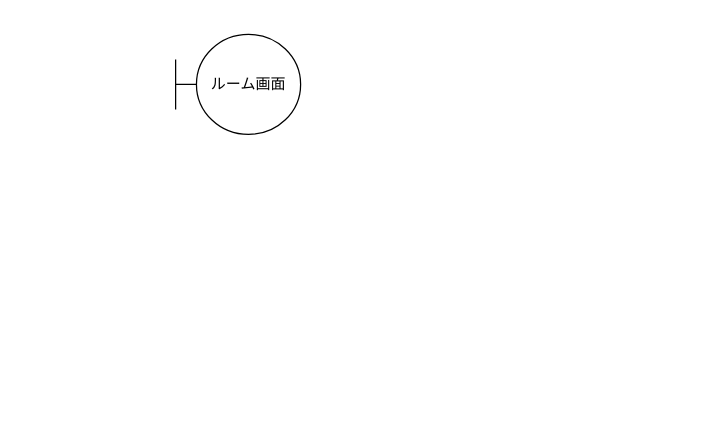
Before: SharedTimer/sequence/sequence08.drawio in terakawakohei/MakuranoSousi, a draw.io diagram. Source tidied: cells renumbered, new cells numbered last; positions are measured from the earlier drawing's top-left corner, leaving out a move shared by most shapes. Both pictures are drawn from the tidied source at 125%, with x=0, y=0 at pixel (175, 34).
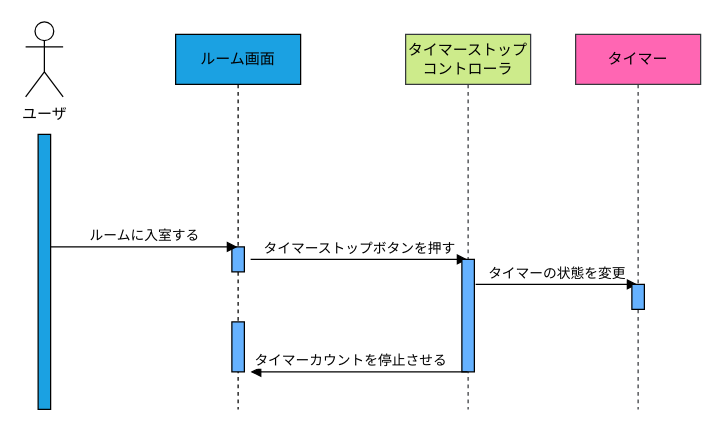
The same diagram, later.

Commit message (it also covers changes not shown here):
add robustness8&sequence8

What changed in the source:
```diff
@@
-<mxGraphModel>
+<mxGraphModel background="#ffffff">
   <root>
     <mxCell id="0" />
     <mxCell id="1" parent="0" />
+    <mxCell id="3" value="&lt;font color=&quot;#000000&quot;&gt;ユーザ&lt;/font&gt;" style="shape=umlActor;verticalLabelPosition=bottom;verticalAlign=top;html=1;strokeColor=#000000;fillColor=none;" parent="1" vertex="1">
+      <mxGeometry x="-120" y="-10" width="30" height="60" as="geometry" />
+    </mxCell>
+    <mxCell id="4" style="html=1;points=[];perimeter=orthogonalPerimeter;fontColor=#ffffff;strokeColor=#000000;fillColor=#1ba1e2;" parent="1" vertex="1">
+      <mxGeometry x="-110" y="80" width="10" height="220" as="geometry" />
+    </mxCell>
-    <mxCell id="2" value="ルーム画面" style="shape=umlBoundary;whiteSpace=wrap;html=1;" parent="1" vertex="1">
-      <mxGeometry width="100" height="80" as="geometry" />
+    <mxCell id="2" value="&lt;font color=&quot;#000000&quot;&gt;ルーム画面&lt;/font&gt;" style="shape=umlLifeline;perimeter=lifelinePerimeter;whiteSpace=wrap;html=1;outlineConnect=0;fontColor=#ffffff;strokeColor=#000000;fillColor=#1ba1e2;" parent="1" vertex="1">
+      <mxGeometry width="100" height="300" as="geometry" />
     </mxCell>
+    <mxCell id="5" style="html=1;perimeter=orthogonalPerimeter;fontColor=#000000;strokeColor=#000000;fillColor=#66B2FF;" parent="2" vertex="1">
+      <mxGeometry x="45" y="170" width="10" height="20" as="geometry" />
+    </mxCell>
+    <mxCell id="6" value="&lt;font color=&quot;#000000&quot; style=&quot;background-color: rgb(255 , 255 , 255)&quot;&gt;タイマーストップボタンを押す&lt;/font&gt;" style="html=1;verticalAlign=bottom;endArrow=block;strokeColor=#000000;" parent="2" edge="1" target="9">
+      <mxGeometry relative="1" as="geometry">
+        <mxPoint x="60" y="180" as="sourcePoint" />
+      </mxGeometry>
+    </mxCell>
+    <mxCell id="7" style="html=1;points=[];perimeter=orthogonalPerimeter;fontColor=#000000;strokeColor=#000000;fillColor=#66B2FF;" parent="2" vertex="1">
+      <mxGeometry x="45" y="230" width="10" height="40" as="geometry" />
+    </mxCell>
+    <mxCell id="8" value="&lt;span style=&quot;background-color: rgb(255 , 255 , 255)&quot;&gt;ルームに入室する&lt;/span&gt;" style="html=1;verticalAlign=bottom;endArrow=block;fontColor=#000000;strokeColor=#000000;exitX=1;exitY=0.409;exitDx=0;exitDy=0;exitPerimeter=0;" parent="1" edge="1" source="4" target="2">
+      <mxGeometry relative="1" as="geometry">
+        <Array as="points">
+          <mxPoint x="30" y="170" />
+        </Array>
+      </mxGeometry>
+    </mxCell>
+    <mxCell id="9" value="&lt;font color=&quot;#000000&quot;&gt;タイマーストップコントローラ&lt;/font&gt;" style="shape=umlLifeline;perimeter=lifelinePerimeter;whiteSpace=wrap;html=1;outlineConnect=0;strokeColor=#36393d;fillColor=#cdeb8b;" parent="1" vertex="1">
+      <mxGeometry x="184" width="100" height="300" as="geometry" />
+    </mxCell>
+    <mxCell id="10" style="html=1;perimeter=orthogonalPerimeter;fontColor=#000000;strokeColor=#000000;fillColor=#66B2FF;" parent="9" vertex="1">
+      <mxGeometry x="45" y="180" width="10" height="90" as="geometry" />
+    </mxCell>
+    <mxCell id="11" value="タイマーの状態を変更" style="html=1;verticalAlign=bottom;endArrow=block;labelBackgroundColor=#FFFFFF;fontColor=#000000;strokeColor=#000000;" parent="9" edge="1" target="12">
+      <mxGeometry relative="1" as="geometry">
+        <mxPoint x="56" y="200" as="sourcePoint" />
+      </mxGeometry>
+    </mxCell>
+    <mxCell id="12" value="&lt;font color=&quot;#000000&quot;&gt;タイマー&lt;/font&gt;" style="shape=umlLifeline;perimeter=lifelinePerimeter;whiteSpace=wrap;html=1;outlineConnect=0;strokeColor=#36393d;fillColor=#FF66B3;" parent="1" vertex="1">
+      <mxGeometry x="320" width="100" height="300" as="geometry" />
+    </mxCell>
+    <mxCell id="13" style="html=1;perimeter=orthogonalPerimeter;fontColor=#000000;strokeColor=#000000;fillColor=#66B2FF;" parent="12" vertex="1">
+      <mxGeometry x="45" y="200" width="10" height="20" as="geometry" />
+    </mxCell>
+    <mxCell id="14" value="タイマーカウントを停止させる" style="html=1;verticalAlign=bottom;endArrow=block;labelBackgroundColor=#FFFFFF;fontColor=#000000;strokeColor=#000000;entryX=1.5;entryY=1;entryDx=0;entryDy=0;entryPerimeter=0;" parent="1" edge="1" source="9" target="7">
+      <mxGeometry x="0.08" relative="1" as="geometry" />
+    </mxCell>
   </root>
 </mxGraphModel>
```
